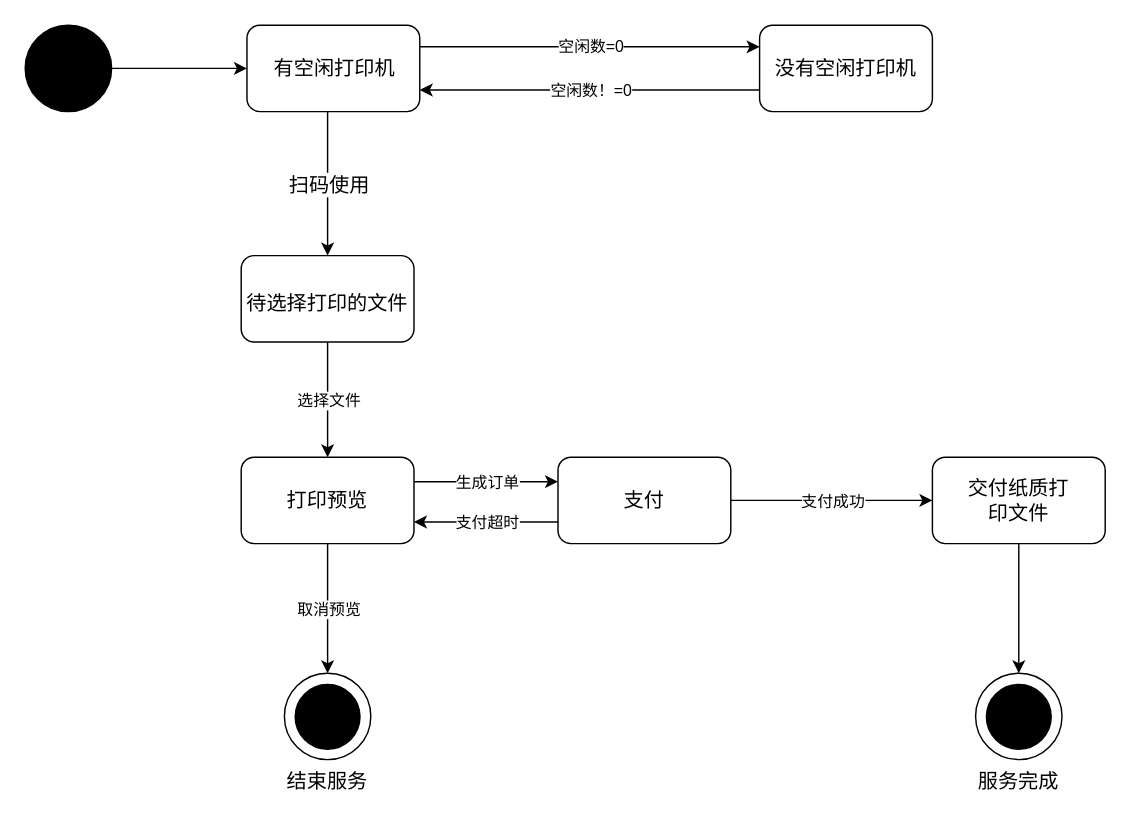
Before: 无人值守打印机订单状态图.drawio in huapigudemilu/engineeringsoftware, a draw.io diagram. Source tidied: cells renumbered, new cells numbered last; positions are measured from the earlier drawing's top-left corner, leaving out a move shared by most shapes. Both pictures are drawn from the tidied source at 144%, with x=0, y=0 at pixel (24, 24).
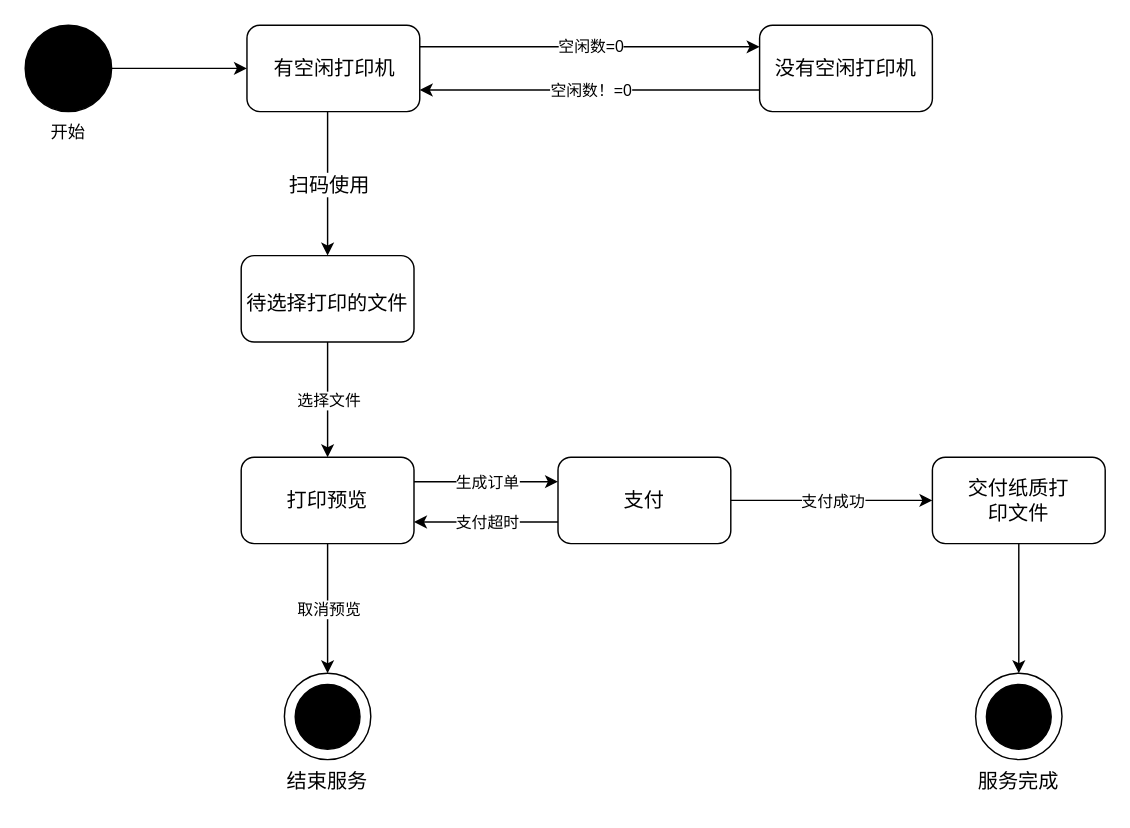
The same diagram, later.

Commit message (it also covers changes not shown here):
更新无人值守打印机订单状态图.drawio

Change to the diagram source:
```diff
@@
+    <mxCell id="46" value="开始" style="text;html=1;strokeColor=none;fillColor=none;align=center;verticalAlign=middle;whiteSpace=wrap;rounded=0;" parent="1" vertex="1">
+      <mxGeometry y="60" width="60" height="30" as="geometry" />
+    </mxCell>
```
